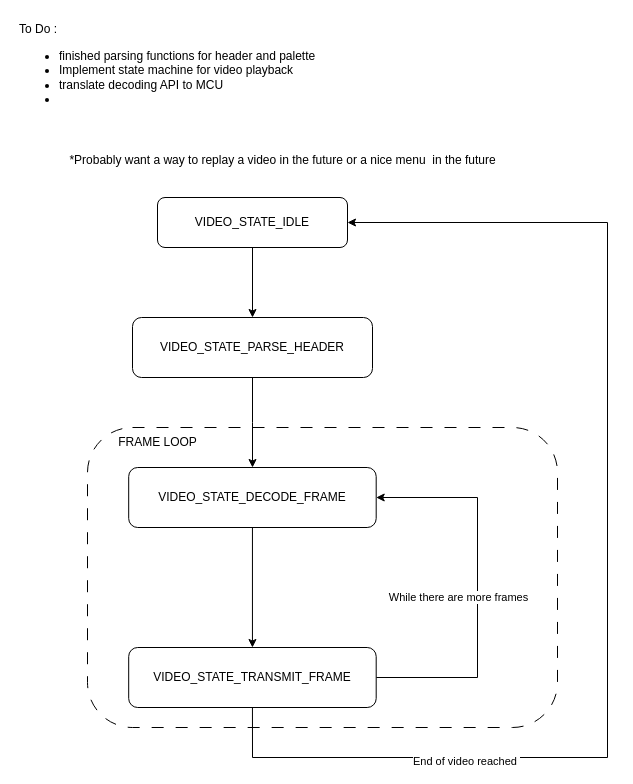
The draw.io diagram docs/Software_Arch.drawio in evanwu03/embedded_video_codec, before the edit. Source tidied: cells renumbered, new cells numbered last; positions are measured from the earlier drawing's top-left corner, leaving out a move shared by most shapes. Both pictures are drawn from the tidied source at 100%, with x=0, y=0 at pixel (17, 17).
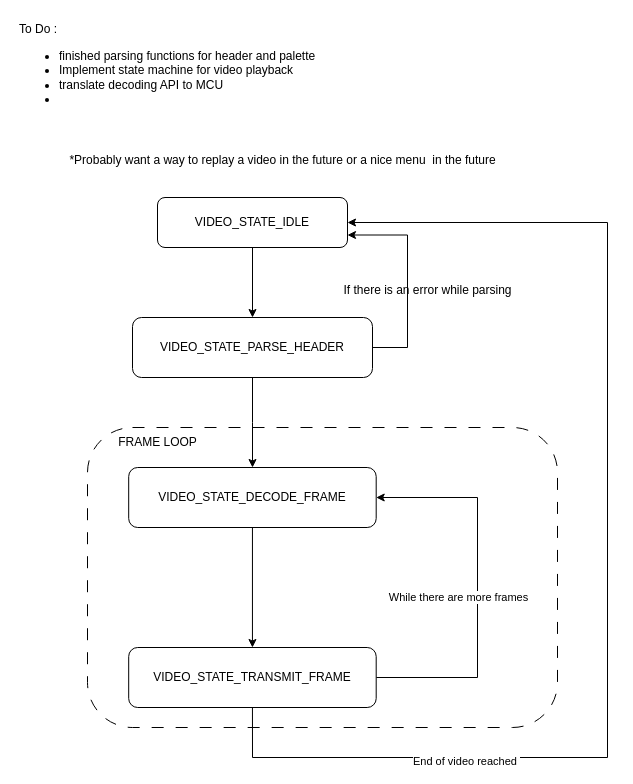
The same page after the edit.

The change refers to these unchanged cells:
```xml
<mxCell id="5" value="VIDEO_STATE_IDLE" style="rounded=1;whiteSpace=wrap;html=1;" parent="1" vertex="1">
  <mxGeometry x="140" y="180" width="190" height="50" as="geometry" />
</mxCell>
<mxCell id="7" value="VIDEO_STATE_PARSE_HEADER" style="rounded=1;whiteSpace=wrap;html=1;" parent="1" vertex="1">
  <mxGeometry x="115" y="300" width="240" height="60" as="geometry" />
</mxCell>
```

Change to the diagram source:
```diff
@@
+    <mxCell id="17" style="edgeStyle=orthogonalEdgeStyle;rounded=0;jettySize=auto;html=1;entryX=1;entryY=0.75;entryDx=0;entryDy=0;" parent="1" edge="1" source="7" target="5">
+      <mxGeometry relative="1" as="geometry">
+        <Array as="points">
+          <mxPoint x="390" y="330" />
+          <mxPoint x="390" y="218" />
+        </Array>
+      </mxGeometry>
+    </mxCell>
@@
+    <mxCell id="18" value="If there is an error while parsing" style="text;html=1;align=center;verticalAlign=middle;strokeColor=none;fillColor=none;" parent="1" vertex="1">
+      <mxGeometry x="315" y="258" width="190" height="30" as="geometry" />
+    </mxCell>
```
